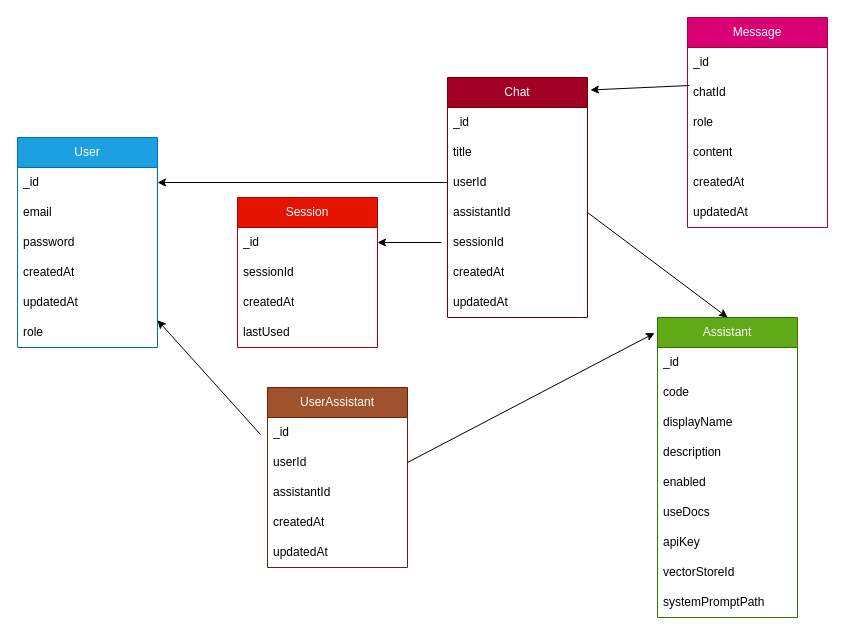
Above: backend/IS-GPT Schema.drawio in stevenyeo99/ulink-assistant (draw.io), before the change. Source tidied: cells renumbered, new cells numbered last; positions are measured from the earlier drawing's top-left corner, leaving out a move shared by most shapes. Both pictures are drawn from the tidied source at 100%, with x=0, y=0 at pixel (17, 17).
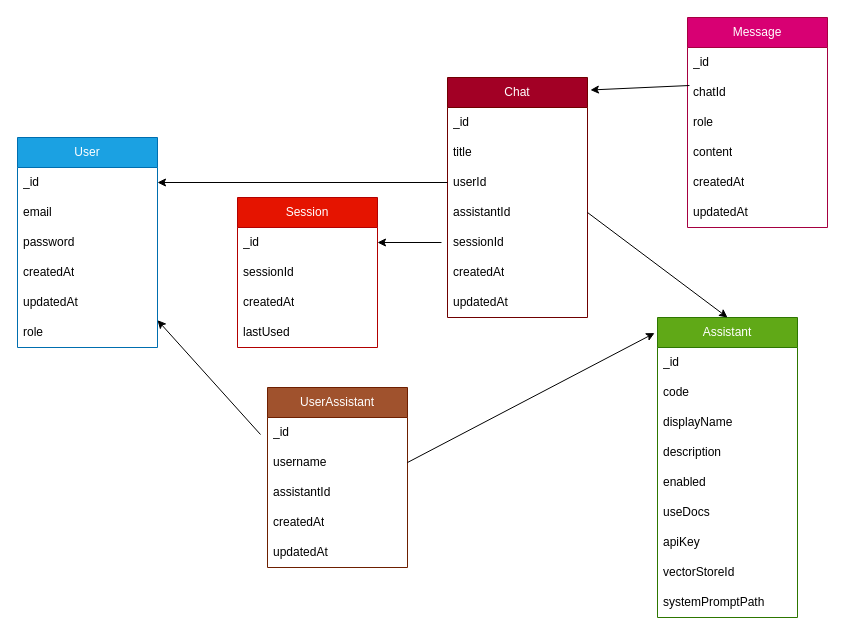
After the change.

Commit message (it also covers changes not shown here):
Change User Email into Username for the login/signup form.

Unchanged cells that the change refers to:
```xml
<mxCell id="43" value="UserAssistant" style="swimlane;fontStyle=0;horizontal=1;startSize=30;whiteSpace=wrap;html=1;fillColor=#a0522d;fontColor=#ffffff;strokeColor=#6D1F00;" parent="1" vertex="1">
  <mxGeometry x="250" y="370" width="140" height="180" as="geometry" />
</mxCell>
```

Diff of the diagram source:
```diff
@@
-    <mxCell id="45" value="userId" style="text;strokeColor=none;fillColor=none;align=left;verticalAlign=middle;spacingLeft=4;spacingRight=4;overflow=hidden;points=[[0,0.5],[1,0.5]];portConstraint=eastwest;whiteSpace=wrap;html=1;" parent="43" vertex="1">
+    <mxCell id="45" value="username" style="text;strokeColor=none;fillColor=none;align=left;verticalAlign=middle;spacingLeft=4;spacingRight=4;overflow=hidden;points=[[0,0.5],[1,0.5]];portConstraint=eastwest;whiteSpace=wrap;html=1;" parent="43" vertex="1">
       <mxGeometry y="60" width="140" height="30" as="geometry" />
     </mxCell>
```
